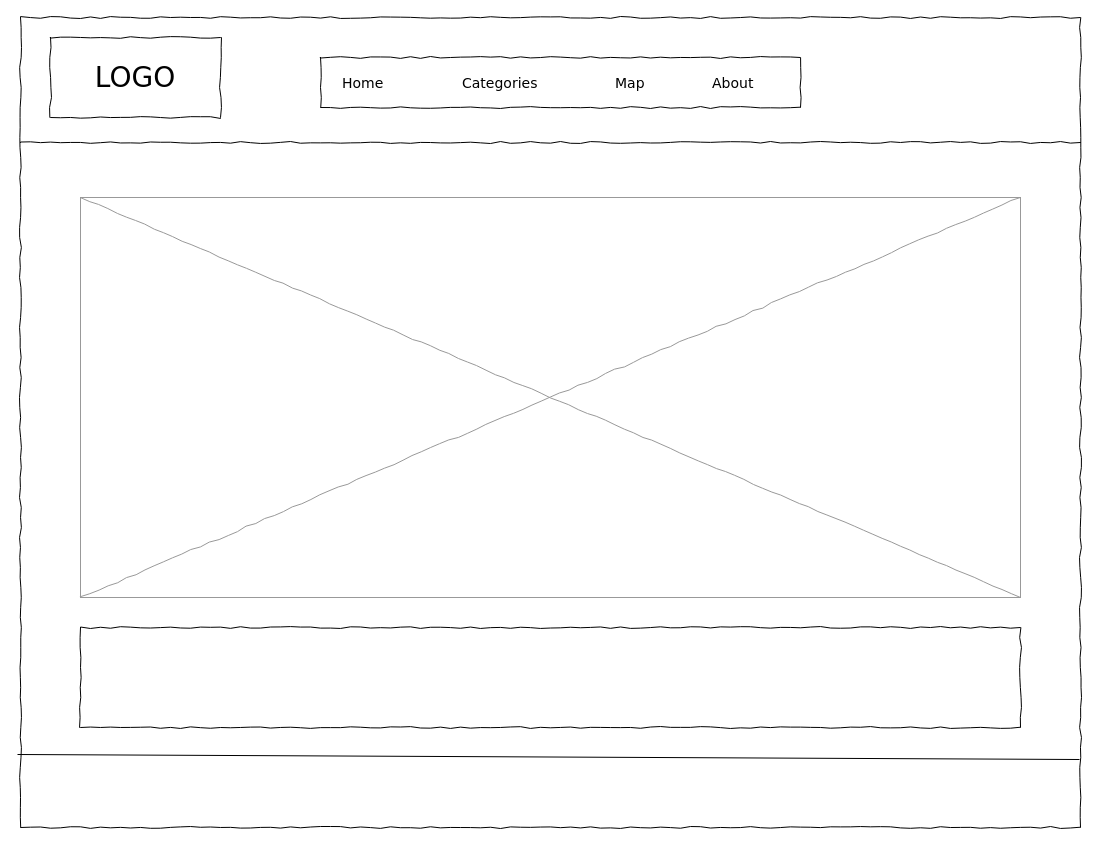
Earlier version of the draw.io diagram Planing/map.drawio (LlynBaum/LlynBaum.github.io). Source tidied: cells renumbered, new cells numbered last; positions are measured from the earlier drawing's top-left corner, leaving out a move shared by most shapes. Both pictures are drawn from the tidied source at 100%, with x=0, y=0 at pixel (17, 17).
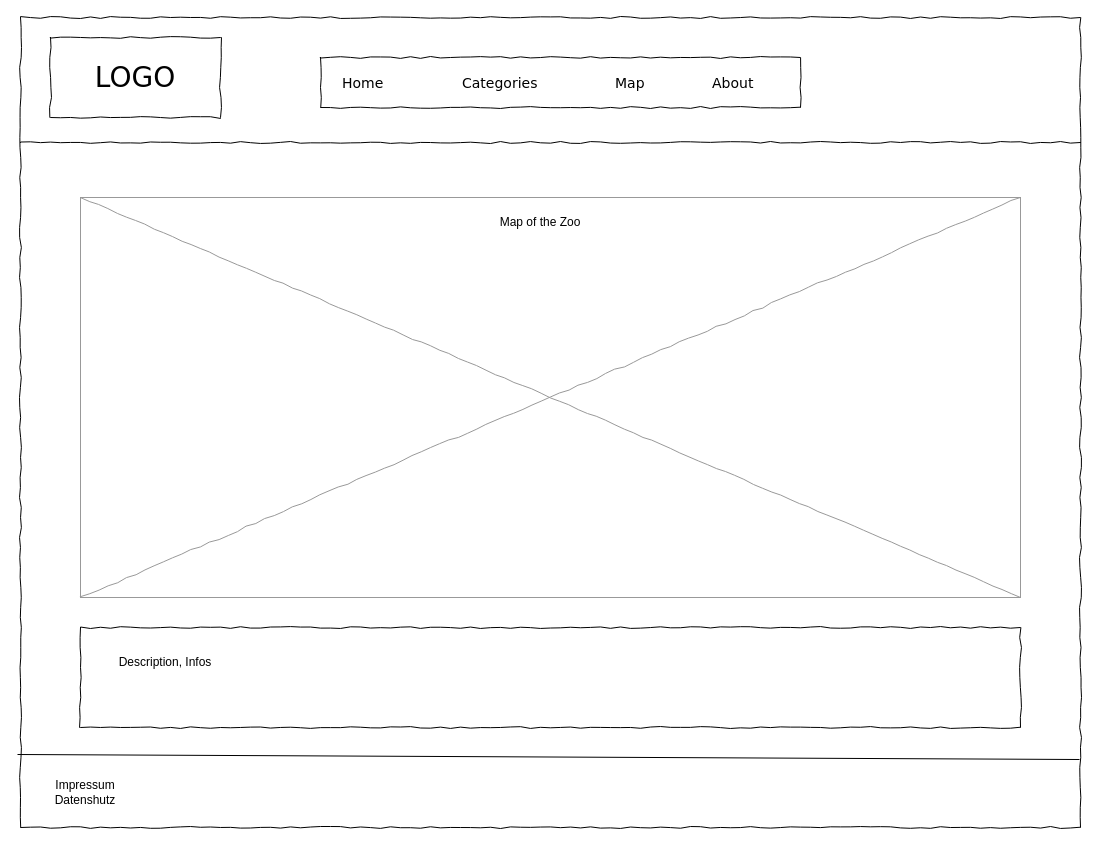
The same page after the edit.

Change to the diagram source:
```diff
@@
 <mxGraphModel>
   <root>
     <mxCell id="0" />
     <mxCell id="1" parent="0" />
     <mxCell id="2" style="whiteSpace=wrap;html=1;rounded=0;shadow=0;labelBackgroundColor=none;strokeColor=#000000;strokeWidth=1;fillColor=none;fontFamily=Verdana;fontSize=12;fontColor=#000000;align=center;comic=1;" parent="1" vertex="1">
       <mxGeometry x="3" width="1060" height="810" as="geometry" />
     </mxCell>
     <mxCell id="3" value="LOGO" style="whiteSpace=wrap;html=1;rounded=0;shadow=0;labelBackgroundColor=none;strokeWidth=1;fontFamily=Verdana;fontSize=28;align=center;comic=1;" parent="1" vertex="1">
       <mxGeometry x="33" y="20" width="170" height="80" as="geometry" />
     </mxCell>
     <mxCell id="4" style="line;strokeWidth=1;html=1;rounded=0;shadow=0;labelBackgroundColor=none;fillColor=none;fontFamily=Verdana;fontSize=14;fontColor=#000000;align=center;comic=1;" parent="1" vertex="1">
       <mxGeometry x="3" y="120" width="1060" height="10" as="geometry" />
     </mxCell>
     <mxCell id="5" style="whiteSpace=wrap;html=1;rounded=0;shadow=0;labelBackgroundColor=none;strokeWidth=1;fillColor=none;fontFamily=Verdana;fontSize=12;align=center;comic=1;" parent="1" vertex="1">
       <mxGeometry x="303" y="40" width="480" height="50" as="geometry" />
     </mxCell>
     <mxCell id="6" value="Home" style="text;html=1;align=left;verticalAlign=top;spacingTop=-4;fontSize=14;fontFamily=Verdana;" parent="1" vertex="1">
       <mxGeometry x="323" y="55" width="60" height="20" as="geometry" />
     </mxCell>
     <mxCell id="7" value="Categories" style="text;html=1;align=left;verticalAlign=top;spacingTop=-4;fontSize=14;fontFamily=Verdana;" parent="1" vertex="1">
       <mxGeometry x="443" y="55" width="83" height="20" as="geometry" />
     </mxCell>
     <mxCell id="8" value="Map" style="text;html=1;align=left;verticalAlign=top;spacingTop=-4;fontSize=14;fontFamily=Verdana;" parent="1" vertex="1">
       <mxGeometry x="596" y="55" width="60" height="20" as="geometry" />
     </mxCell>
     <mxCell id="9" value="About" style="text;html=1;align=left;verticalAlign=top;spacingTop=-4;fontSize=14;fontFamily=Verdana;" parent="1" vertex="1">
       <mxGeometry x="693" y="55" width="60" height="20" as="geometry" />
     </mxCell>
     <mxCell id="10" style="verticalLabelPosition=bottom;shadow=0;dashed=0;align=center;html=1;verticalAlign=top;strokeWidth=1;shape=mxgraph.mockup.graphics.simpleIcon;strokeColor=#999999;rounded=0;labelBackgroundColor=none;fontFamily=Verdana;fontSize=14;fontColor=#000000;comic=1;" parent="1" vertex="1">
       <mxGeometry x="63" y="180" width="940" height="400" as="geometry" />
     </mxCell>
     <mxCell id="11" style="endArrow=none;html=1;rounded=0;exitX=-0.003;exitY=0.91;exitDx=0;exitDy=0;exitPerimeter=0;entryX=0.999;entryY=0.916;entryDx=0;entryDy=0;entryPerimeter=0;shadow=0;jumpStyle=none;" parent="1" edge="1">
       <mxGeometry relative="1" as="geometry">
         <mxPoint y="737" as="sourcePoint" />
         <mxPoint x="1062" y="742" as="targetPoint" />
       </mxGeometry>
     </mxCell>
     <mxCell id="12" style="whiteSpace=wrap;html=1;rounded=0;shadow=0;labelBackgroundColor=none;strokeWidth=1;fillColor=none;fontFamily=Verdana;fontSize=12;align=center;comic=1;" parent="1" vertex="1">
       <mxGeometry x="63" y="610" width="940" height="100" as="geometry" />
     </mxCell>
+    <mxCell id="13" value="Impressum&lt;br&gt;Datenshutz" style="text;html=1;strokeColor=none;fillColor=none;align=center;verticalAlign=middle;whiteSpace=wrap;rounded=0;" parent="1" vertex="1">
+      <mxGeometry x="23" y="750" width="90" height="50" as="geometry" />
+    </mxCell>
+    <mxCell id="14" value="Map of the Zoo" style="text;html=1;strokeColor=none;fillColor=none;align=center;verticalAlign=middle;whiteSpace=wrap;rounded=0;" parent="1" vertex="1">
+      <mxGeometry x="413" y="190" width="220" height="30" as="geometry" />
+    </mxCell>
+    <mxCell id="15" value="Description, Infos" style="text;html=1;strokeColor=none;fillColor=none;align=center;verticalAlign=middle;whiteSpace=wrap;rounded=0;" parent="1" vertex="1">
+      <mxGeometry x="83" y="630" width="130" height="30" as="geometry" />
+    </mxCell>
   </root>
 </mxGraphModel>
```
